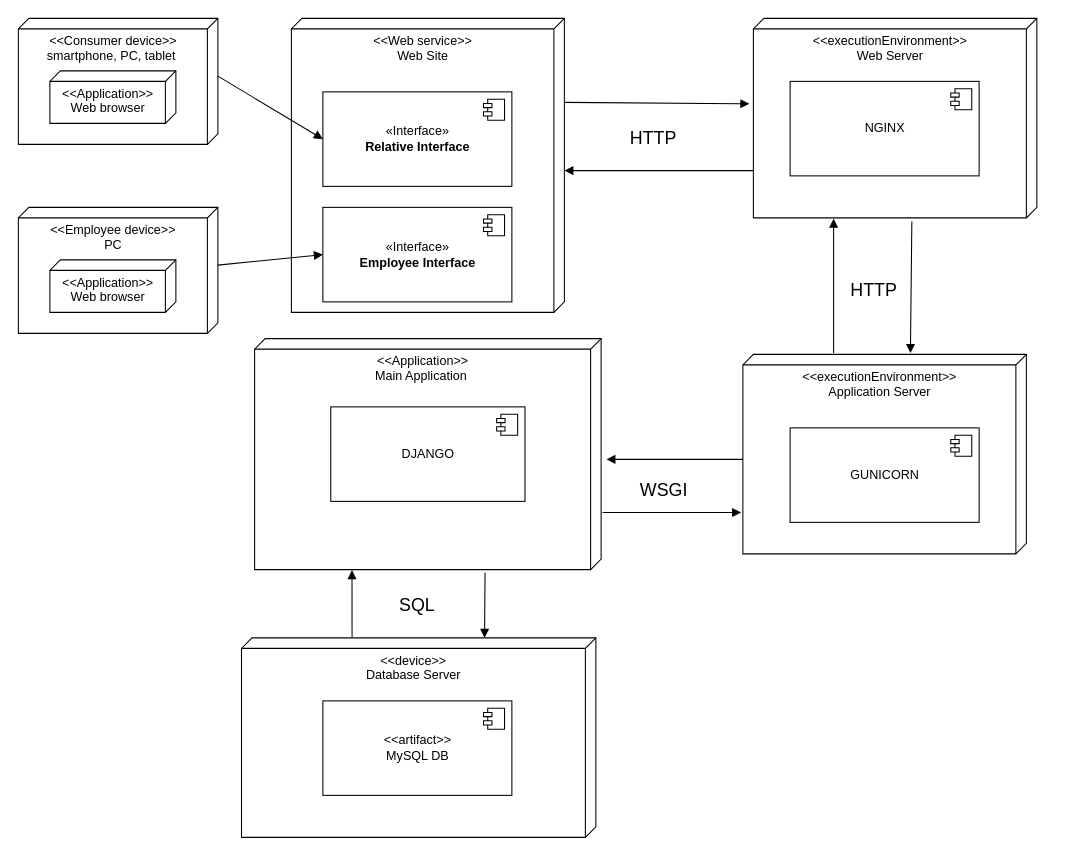
The draw.io diagram 2_Dossier_de_specification_techniques/D. de DEPLOIEMENT/D. de DEPLOIEMENT.drawio in LekishviliRati/P13_Patient_follow-up_diary, before the edit. Source tidied: cells renumbered, new cells numbered last; positions are measured from the earlier drawing's top-left corner, leaving out a move shared by most shapes. Both pictures are drawn from the tidied source at 105%, with x=0, y=0 at pixel (18, 18).
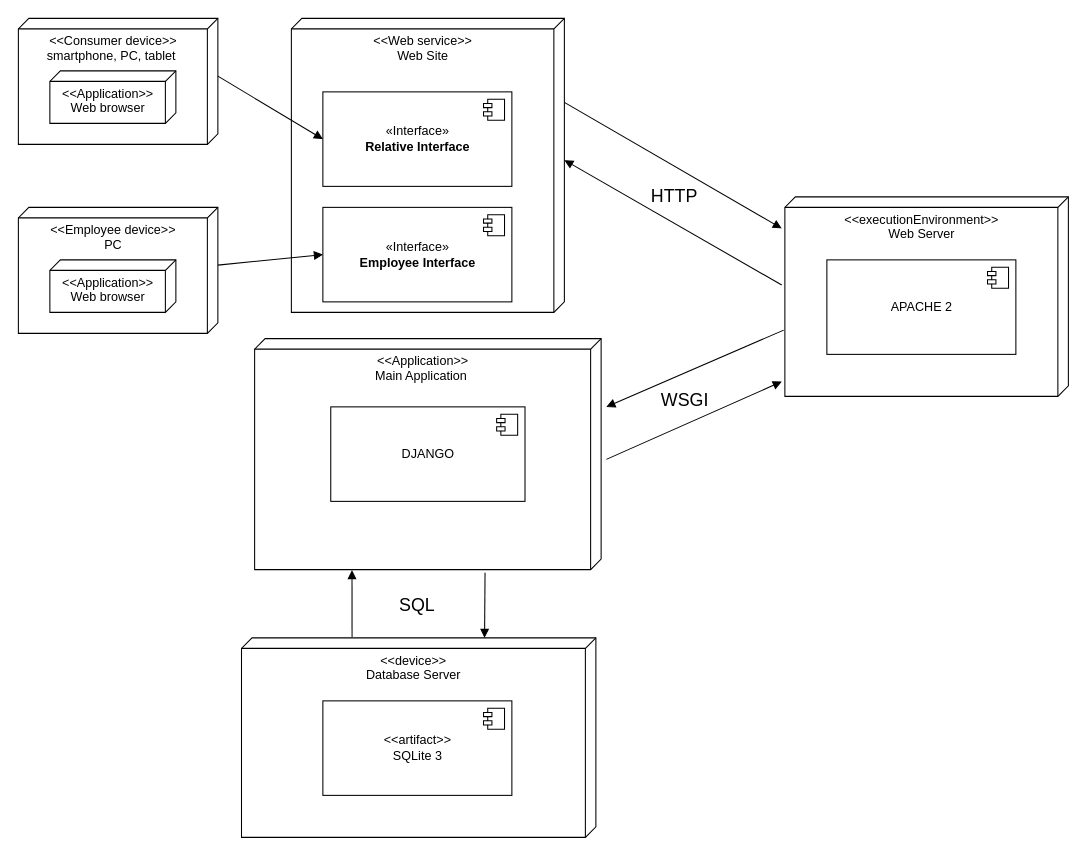
Above is the later version.

Unchanged cells that the change refers to:
```xml
<mxCell id="2" value="&amp;lt;&amp;lt;Web service&amp;gt;&amp;gt;&lt;br&gt;Web Site" style="verticalAlign=top;align=center;spacingTop=8;spacingLeft=2;spacingRight=12;shape=cube;size=10;direction=south;fontStyle=0;html=1;" parent="1" vertex="1">
  <mxGeometry x="260" width="260" height="280" as="geometry" />
</mxCell>
<mxCell id="3" value="&amp;lt;&amp;lt;Application&amp;gt;&amp;gt;&lt;br&gt;Main Application&amp;nbsp;" style="verticalAlign=top;align=center;spacingTop=8;spacingLeft=2;spacingRight=12;shape=cube;size=10;direction=south;fontStyle=0;html=1;" parent="1" vertex="1">
  <mxGeometry x="225" y="305" width="330" height="220" as="geometry" />
</mxCell>
```

Diff of the diagram source:
```diff
@@
     <mxCell id="4" value="&amp;lt;&amp;lt;executionEnvironment&amp;gt;&amp;gt;&lt;br&gt;Web Server" style="verticalAlign=top;align=center;spacingTop=8;spacingLeft=2;spacingRight=12;shape=cube;size=10;direction=south;fontStyle=0;html=1;" parent="1" vertex="1">
-      <mxGeometry x="700" width="270" height="190" as="geometry" />
+      <mxGeometry x="730" y="170" width="270" height="190" as="geometry" />
     </mxCell>
-    <mxCell id="5" value="&amp;lt;&amp;lt;executionEnvironment&amp;gt;&amp;gt;&lt;br&gt;Application Server" style="verticalAlign=top;align=center;spacingTop=8;spacingLeft=2;spacingRight=12;shape=cube;size=10;direction=south;fontStyle=0;html=1;" parent="1" vertex="1">
-      <mxGeometry x="690" y="320" width="270" height="190" as="geometry" />
-    </mxCell>
@@
-    <mxCell id="19" style="endArrow=block;startArrow=none;endFill=1;startFill=0;html=1;entryX=0.428;entryY=1.014;entryDx=0;entryDy=0;entryPerimeter=0;" parent="1" edge="1" target="4">
+    <mxCell id="19" style="endArrow=block;startArrow=none;endFill=1;startFill=0;html=1;entryX=0.158;entryY=1.011;entryDx=0;entryDy=0;entryPerimeter=0;" parent="1" edge="1" target="4">
       <mxGeometry relative="1" as="geometry">
         <mxPoint x="520" y="80" as="sourcePoint" />
       </mxGeometry>
     </mxCell>
-    <mxCell id="20" style="endArrow=block;startArrow=none;endFill=1;startFill=0;html=1;" parent="1" edge="1">
-      <mxGeometry relative="1" as="geometry">
-        <mxPoint x="700" y="145" as="sourcePoint" />
-        <mxPoint x="520" y="145" as="targetPoint" />
-      </mxGeometry>
+    <mxCell id="20" style="endArrow=block;startArrow=none;endFill=1;startFill=0;html=1;exitX=0.442;exitY=1.011;exitDx=0;exitDy=0;exitPerimeter=0;entryX=0;entryY=0;entryDx=135;entryDy=0;entryPerimeter=0;" parent="1" edge="1" source="4" target="2">
+      <mxGeometry relative="1" as="geometry" />
     </mxCell>
-    <mxCell id="21" style="endArrow=block;startArrow=none;endFill=1;startFill=0;html=1;exitX=-0.007;exitY=0.68;exitDx=0;exitDy=0;exitPerimeter=0;entryX=1.004;entryY=0.717;entryDx=0;entryDy=0;entryPerimeter=0;" parent="1" edge="1" source="5" target="4">
-      <mxGeometry relative="1" as="geometry" />
-    </mxCell>
-    <mxCell id="22" style="endArrow=block;startArrow=none;endFill=1;startFill=0;html=1;exitX=1.018;exitY=0.441;exitDx=0;exitDy=0;exitPerimeter=0;entryX=-0.007;entryY=0.409;entryDx=0;entryDy=0;entryPerimeter=0;" parent="1" edge="1" source="4" target="5">
-      <mxGeometry relative="1" as="geometry" />
-    </mxCell>
-    <mxCell id="23" style="endArrow=block;startArrow=none;endFill=1;startFill=0;html=1;exitX=0;exitY=0;exitDx=100;exitDy=270;exitPerimeter=0;" parent="1" edge="1" source="5">
+    <mxCell id="23" style="endArrow=block;startArrow=none;endFill=1;startFill=0;html=1;exitX=0.668;exitY=1.004;exitDx=0;exitDy=0;exitPerimeter=0;" parent="1" edge="1" source="4">
       <mxGeometry relative="1" as="geometry">
-        <mxPoint x="560" y="420" as="targetPoint" />
+        <mxPoint x="560" y="370" as="targetPoint" />
       </mxGeometry>
     </mxCell>
-    <mxCell id="24" style="endArrow=block;startArrow=none;endFill=1;startFill=0;html=1;exitX=0.753;exitY=-0.004;exitDx=0;exitDy=0;exitPerimeter=0;entryX=0.793;entryY=1.006;entryDx=0;entryDy=0;entryPerimeter=0;" parent="1" edge="1" source="3" target="5">
-      <mxGeometry relative="1" as="geometry" />
+    <mxCell id="24" style="endArrow=block;startArrow=none;endFill=1;startFill=0;html=1;entryX=0.926;entryY=1.011;entryDx=0;entryDy=0;entryPerimeter=0;" parent="1" edge="1" target="4">
+      <mxGeometry relative="1" as="geometry">
+        <mxPoint x="560" y="420" as="sourcePoint" />
+      </mxGeometry>
     </mxCell>
     <mxCell id="25" value="&lt;font style=&quot;font-size: 17px&quot;&gt;HTTP&lt;/font&gt;" style="text;html=1;strokeColor=none;fillColor=none;align=center;verticalAlign=middle;whiteSpace=wrap;rounded=0;" parent="1" vertex="1">
-      <mxGeometry x="570" y="95" width="70" height="40" as="geometry" />
+      <mxGeometry x="590" y="150" width="70" height="40" as="geometry" />
     </mxCell>
-    <mxCell id="26" value="&lt;font style=&quot;font-size: 17px&quot;&gt;HTTP&lt;/font&gt;" style="text;html=1;strokeColor=none;fillColor=none;align=center;verticalAlign=middle;whiteSpace=wrap;rounded=0;" parent="1" vertex="1">
-      <mxGeometry x="780" y="240" width="70" height="40" as="geometry" />
-    </mxCell>
     <mxCell id="27" value="&lt;font style=&quot;font-size: 17px&quot;&gt;WSGI&lt;/font&gt;" style="text;html=1;strokeColor=none;fillColor=none;align=center;verticalAlign=middle;whiteSpace=wrap;rounded=0;" parent="1" vertex="1">
-      <mxGeometry x="580" y="430" width="70" height="40" as="geometry" />
+      <mxGeometry x="600" y="345" width="70" height="40" as="geometry" />
     </mxCell>
-    <mxCell id="28" value="NGINX" style="html=1;align=center;" parent="1" vertex="1">
-      <mxGeometry x="735" y="60" width="180" height="90" as="geometry" />
+    <mxCell id="28" value="APACHE 2" style="html=1;align=center;" parent="1" vertex="1">
+      <mxGeometry x="770" y="230" width="180" height="90" as="geometry" />
     </mxCell>
@@
-    <mxCell id="30" value="GUNICORN" style="html=1;align=center;" parent="1" vertex="1">
-      <mxGeometry x="735" y="390" width="180" height="90" as="geometry" />
-    </mxCell>
-    <mxCell id="31" style="shape=module;jettyWidth=8;jettyHeight=4;" parent="30" vertex="1">
-      <mxGeometry x="1" width="20" height="20" relative="1" as="geometry">
-        <mxPoint x="-27" y="7" as="offset" />
-      </mxGeometry>
-    </mxCell>
@@
-    <mxCell id="34" value="&amp;lt;&amp;lt;artifact&amp;gt;&amp;gt;&lt;br&gt;MySQL DB" style="html=1;align=center;" parent="1" vertex="1">
+    <mxCell id="34" value="&amp;lt;&amp;lt;artifact&amp;gt;&amp;gt;&lt;br&gt;SQLite 3" style="html=1;align=center;" parent="1" vertex="1">
       <mxGeometry x="290" y="650" width="180" height="90" as="geometry" />
     </mxCell>
```
